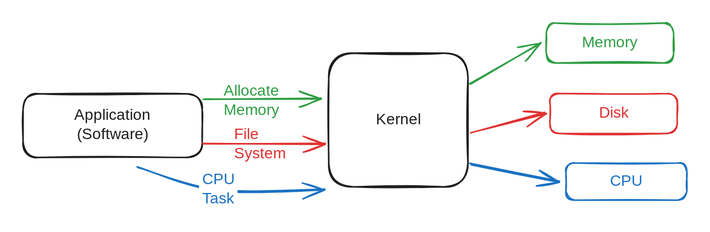
Junnyjun/junlog keeps this Excalidraw diagram as .gitbook/assets/file.excalidraw.svg. Above is the earlier version. Source tidied: one line per element, renumbered; positions are measured from the earlier drawing's top-left corner, leaving out a move shared by most shapes.
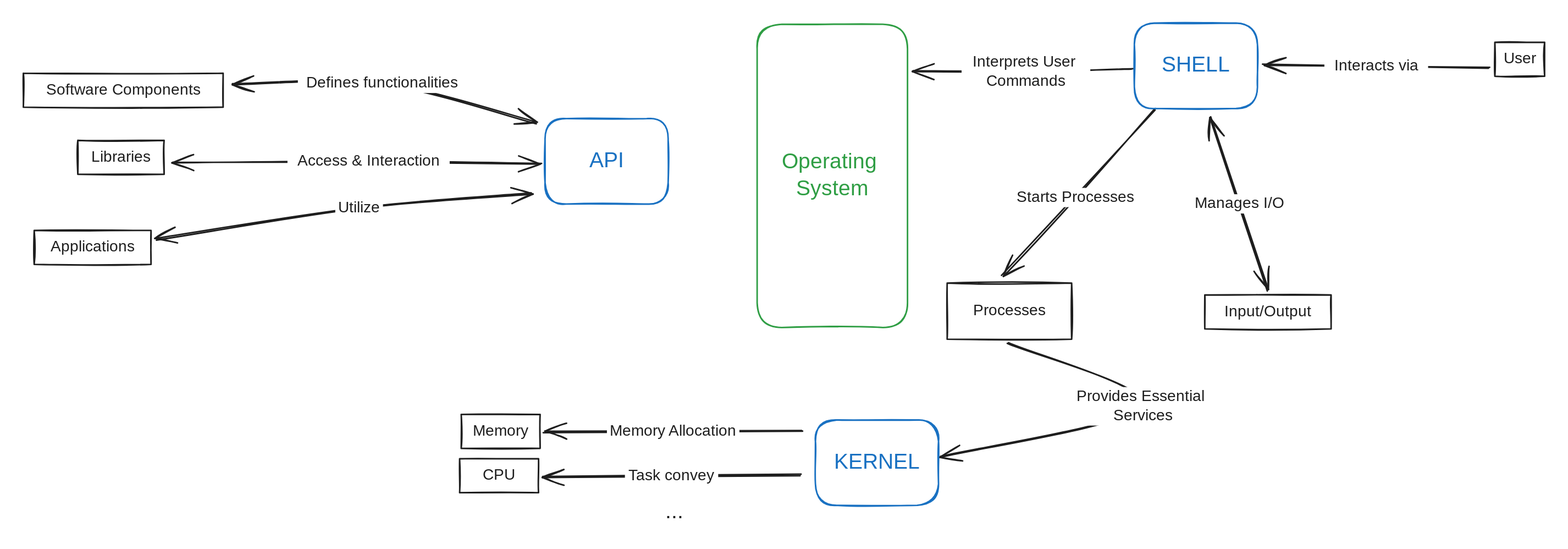
The same diagram one commit later.

The edit, as a diff of the source:
```diff
@@ -1,19 +1,45 @@
-{"id": 0, "type": "rectangle", "strokeColor": "#1e1e1e", "strokeWidth": 2, "roughness": 1, "round": true, "x": 0, "y": 92, "width": 233, "height": 83}
-{"id": 1, "type": "text", "text": "Application\n(Software)", "strokeColor": "#1e1e1e", "strokeWidth": 2, "roughness": 1, "fontSize": 20, "fontFamily": 1, "textAlign": "center", "verticalAlign": "middle", "inside": 0, "x": 64, "y": 108, "width": 104, "height": 50}
-{"id": 2, "type": "rectangle", "strokeColor": "#1e1e1e", "strokeWidth": 2, "roughness": 1, "round": true, "x": 397, "y": 39, "width": 181, "height": 174}
-{"id": 3, "type": "text", "text": "Kernel", "strokeColor": "#1e1e1e", "strokeWidth": 2, "roughness": 1, "fontSize": 20, "fontFamily": 1, "textAlign": "center", "verticalAlign": "middle", "inside": 2, "x": 459, "y": 113, "width": 57, "height": 25}
-{"id": 4, "type": "arrow", "strokeColor": "#2f9e44", "strokeWidth": 2, "roughness": 1, "endArrowhead": "arrow", "round": true, "from": 0, "to": 2, "x": 235, "y": 98, "width": 152, "height": 0, "points": [[0, 0], [152, 0]]}
-{"id": 5, "type": "text", "text": "Allocate\nMemory", "strokeColor": "#2f9e44", "strokeWidth": 2, "roughness": 1, "fontSize": 20, "fontFamily": 1, "x": 261, "y": 76, "width": 80, "height": 50}
-{"id": 6, "type": "arrow", "strokeColor": "#2f9e44", "strokeWidth": 2, "roughness": 1, "endArrowhead": "arrow", "round": true, "from": 2, "to": 7, "x": 582, "y": 78, "width": 91, "height": 52, "points": [[0, 0], [91, -52]]}
-{"id": 7, "type": "rectangle", "strokeColor": "#2f9e44", "strokeWidth": 2, "roughness": 1, "round": true, "x": 680, "y": 0, "width": 165, "height": 52}
+{"id": 19, "type": "rectangle", "strokeColor": "#1e1e1e", "strokeWidth": 2, "roughness": 1, "x": 1232, "y": 499, "width": 162, "height": 73}
+{"id": 20, "type": "rectangle", "strokeColor": "#1e1e1e", "strokeWidth": 2, "roughness": 1, "x": 600, "y": 669, "width": 103, "height": 44}
+{"id": 21, "type": "rectangle", "strokeColor": "#1e1e1e", "strokeWidth": 2, "roughness": 1, "x": 31, "y": 226, "width": 260, "height": 44}
+{"id": 22, "type": "rectangle", "strokeColor": "#1e1e1e", "strokeWidth": 2, "roughness": 1, "x": 102, "y": 313, "width": 112, "height": 44}
+{"id": 23, "type": "rectangle", "strokeColor": "#1e1e1e", "strokeWidth": 2, "roughness": 1, "x": 45, "y": 430, "width": 152, "height": 44}
+{"id": 24, "type": "rectangle", "strokeColor": "#1e1e1e", "strokeWidth": 2, "roughness": 1, "x": 1567, "y": 514, "width": 164, "height": 44}
+{"id": 25, "type": "rectangle", "strokeColor": "#1e1e1e", "strokeWidth": 2, "roughness": 1, "x": 1944, "y": 186, "width": 65, "height": 44}
+{"id": 26, "type": "arrow", "strokeColor": "#1e1e1e", "strokeWidth": 2, "roughness": 1, "endArrowhead": "arrow", "round": true, "from": 19, "to": 56, "x": 1311, "y": 577, "width": 264, "height": 147, "points": [[0, 0], [175, 82], [-89, 147]]}
+{"id": 27, "type": "arrow", "strokeColor": "#1e1e1e", "strokeWidth": 2, "roughness": 1, "endArrowhead": "arrow", "round": true, "from": 56, "to": 20, "x": 1044, "y": 690, "width": 336, "height": 2, "points": [[0, 0], [-336, 2]]}
+{"id": 28, "type": "arrow", "strokeColor": "#1e1e1e", "strokeWidth": 2, "roughness": 1, "startArrowhead": "arrow", "endArrowhead": "arrow", "round": true, "from": 50, "to": 21, "x": 699, "y": 290, "width": 397, "height": 51, "points": [[0, 0], [-201, -51], [-397, -51]]}
+{"id": 29, "type": "arrow", "strokeColor": "#1e1e1e", "strokeWidth": 2, "roughness": 1, "startArrowhead": "arrow", "endArrowhead": "arrow", "round": true, "from": 50, "to": 22, "x": 704, "y": 344, "width": 479, "height": 3, "points": [[0, 0], [-224, -3], [-479, -1]]}
+{"id": 30, "type": "arrow", "strokeColor": "#1e1e1e", "strokeWidth": 2, "roughness": 1, "endArrowhead": "arrow", "round": true, "from": 54, "to": 52, "x": 1472, "y": 219, "width": 284, "height": 5, "points": [[0, 0], [-138, 5], [-284, 4]]}
+{"id": 31, "type": "arrow", "strokeColor": "#1e1e1e", "strokeWidth": 2, "roughness": 1, "endArrowhead": "arrow", "round": true, "from": 54, "to": 19, "x": 1501, "y": 274, "width": 198, "height": 215, "points": [[0, 0], [-103, 114], [-198, 215]]}
+{"id": 32, "type": "arrow", "strokeColor": "#1e1e1e", "strokeWidth": 2, "roughness": 1, "startArrowhead": "arrow", "endArrowhead": "arrow", "round": true, "from": 24, "to": 54, "x": 1650, "y": 508, "width": 75, "height": 225, "points": [[0, 0], [-75, -225]]}
+{"id": 33, "type": "arrow", "strokeColor": "#1e1e1e", "strokeWidth": 2, "roughness": 1, "endArrowhead": "arrow", "round": true, "from": 25, "to": 54, "x": 1937, "y": 220, "width": 294, "height": 6, "points": [[0, 0], [-294, -6]]}
+{"id": 34, "type": "arrow", "strokeColor": "#1e1e1e", "strokeWidth": 2, "roughness": 1, "startArrowhead": "arrow", "endArrowhead": "arrow", "round": true, "from": 23, "to": 50, "x": 203, "y": 441, "width": 490, "height": 60, "points": [[0, 0], [265, -40], [490, -60]]}
+{"id": 35, "type": "text", "text": "Processes", "strokeColor": "#1e1e1e", "strokeWidth": 2, "roughness": 1, "fontSize": 20, "fontFamily": 1, "textAlign": "center", "verticalAlign": "middle", "inside": 19, "x": 1264, "y": 523, "width": 97, "height": 25}
-{"id": 8, "type": "text", "text": "Memory", "strokeColor": "#2f9e44", "strokeWidth": 2, "roughness": 1, "fontSize": 20, "fontFamily": 1, "textAlign": "center", "verticalAlign": "middle", "inside": 7, "x": 729, "y": 13, "width": 68, "height": 25}
+{"id": 8, "type": "text", "text": "Memory", "strokeColor": "#1e1e1e", "strokeWidth": 2, "roughness": 1, "fontSize": 20, "fontFamily": 1, "textAlign": "center", "verticalAlign": "middle", "inside": 20, "x": 618, "y": 679, "width": 68, "height": 25}
-{"id": 9, "type": "arrow", "strokeColor": "#e03131", "strokeWidth": 2, "roughness": 1, "endArrowhead": "arrow", "round": true, "from": 0, "to": 2, "x": 234, "y": 156, "width": 158, "height": 0, "points": [[0, 0], [158, 0]]}
-{"id": 10, "type": "text", "text": "File\nSystem", "strokeColor": "#e03131", "strokeWidth": 2, "roughness": 1, "fontSize": 20, "fontFamily": 1, "x": 275, "y": 133, "width": 67, "height": 50}
-{"id": 11, "type": "arrow", "strokeColor": "#e03131", "strokeWidth": 2, "roughness": 1, "endArrowhead": "arrow", "round": true, "from": 2, "to": 12, "x": 583, "y": 142, "width": 96, "height": 26, "points": [[0, 0], [96, -26]]}
-{"id": 12, "type": "rectangle", "strokeColor": "#e03131", "strokeWidth": 2, "roughness": 1, "round": true, "x": 685, "y": 92, "width": 165, "height": 52}
-{"id": 13, "type": "text", "text": "Disk", "strokeColor": "#e03131", "strokeWidth": 2, "roughness": 1, "fontSize": 20, "fontFamily": 1, "textAlign": "center", "verticalAlign": "middle", "inside": 12, "x": 747, "y": 105, "width": 41, "height": 25}
-{"id": 14, "type": "arrow", "strokeColor": "#1971c2", "strokeWidth": 2, "roughness": 1, "endArrowhead": "arrow", "round": true, "from": 0, "to": 2, "x": 148, "y": 187, "width": 245, "height": 29, "points": [[0, 0], [105, 29], [245, 29]]}
-{"id": 15, "type": "text", "text": "CPU\nTask", "strokeColor": "#1971c2", "strokeWidth": 2, "roughness": 1, "fontSize": 20, "fontFamily": 1, "textAlign": "center", "verticalAlign": "middle", "inside": 14, "x": 236, "y": 190, "width": 50, "height": 50}
-{"id": 16, "type": "arrow", "strokeColor": "#1971c2", "strokeWidth": 2, "roughness": 1, "endArrowhead": "arrow", "round": true, "from": 2, "x": 581, "y": 183, "width": 115, "height": 23, "points": [[0, 0], [115, 23]]}
-{"id": 17, "type": "rectangle", "strokeColor": "#1971c2", "strokeWidth": 2, "roughness": 1, "round": true, "x": 705, "y": 182, "width": 157, "height": 48}
+{"id": 36, "type": "text", "text": "Software Components", "strokeColor": "#1e1e1e", "strokeWidth": 2, "roughness": 1, "fontSize": 20, "fontFamily": 1, "textAlign": "center", "verticalAlign": "middle", "inside": 21, "x": 57, "y": 236, "width": 209, "height": 25}
+{"id": 37, "type": "text", "text": "Libraries", "strokeColor": "#1e1e1e", "strokeWidth": 2, "roughness": 1, "fontSize": 20, "fontFamily": 1, "textAlign": "center", "verticalAlign": "middle", "inside": 22, "x": 117, "y": 323, "width": 83, "height": 25}
+{"id": 38, "type": "text", "text": "Applications", "strokeColor": "#1e1e1e", "strokeWidth": 2, "roughness": 1, "fontSize": 20, "fontFamily": 1, "textAlign": "center", "verticalAlign": "middle", "inside": 23, "x": 65, "y": 440, "width": 113, "height": 25}
+{"id": 39, "type": "text", "text": "Input/Output", "strokeColor": "#1e1e1e", "strokeWidth": 2, "roughness": 1, "fontSize": 20, "fontFamily": 1, "textAlign": "center", "verticalAlign": "middle", "inside": 24, "x": 1583, "y": 524, "width": 132, "height": 25}
+{"id": 40, "type": "text", "text": "User", "strokeColor": "#1e1e1e", "strokeWidth": 2, "roughness": 1, "fontSize": 20, "fontFamily": 1, "textAlign": "center", "verticalAlign": "middle", "inside": 25, "x": 1954, "y": 195, "width": 45, "height": 25}
+{"id": 41, "type": "text", "text": "Provides Essential \nServices", "strokeColor": "#1e1e1e", "strokeWidth": 2, "roughness": 1, "fontSize": 20, "fontFamily": 1, "textAlign": "center", "verticalAlign": "middle", "inside": 26, "x": 1886, "y": 292, "width": 191, "height": 50}
+{"id": 42, "type": "text", "text": "Memory Allocation", "strokeColor": "#1e1e1e", "strokeWidth": 2, "roughness": 1, "fontSize": 20, "fontFamily": 1, "textAlign": "center", "verticalAlign": "middle", "inside": 27, "x": 594, "y": 292, "width": 172, "height": 25}
+{"id": 43, "type": "text", "text": "Defines functionalities", "strokeColor": "#1e1e1e", "strokeWidth": 2, "roughness": 1, "fontSize": 20, "fontFamily": 1, "textAlign": "center", "verticalAlign": "middle", "inside": 28, "x": 794, "y": 168, "width": 219, "height": 25}
+{"id": 44, "type": "text", "text": "Access & Interaction", "strokeColor": "#1e1e1e", "strokeWidth": 2, "roughness": 1, "fontSize": 20, "fontFamily": 1, "textAlign": "center", "verticalAlign": "middle", "inside": 29, "x": 1058, "y": 168, "width": 211, "height": 25}
+{"id": 45, "type": "text", "text": "Interprets User \nCommands", "strokeColor": "#1e1e1e", "strokeWidth": 2, "roughness": 1, "fontSize": 20, "fontFamily": 1, "textAlign": "center", "verticalAlign": "middle", "inside": 30, "x": 1109, "y": 292, "width": 167, "height": 50}
+{"id": 46, "type": "text", "text": "Starts Processes", "strokeColor": "#1e1e1e", "strokeWidth": 2, "roughness": 1, "fontSize": 20, "fontFamily": 1, "textAlign": "center", "verticalAlign": "middle", "inside": 31, "x": 2191, "y": 292, "width": 175, "height": 25}
+{"id": 47, "type": "text", "text": "Manages I/O", "strokeColor": "#1e1e1e", "strokeWidth": 2, "roughness": 1, "fontSize": 20, "fontFamily": 1, "textAlign": "center", "verticalAlign": "middle", "inside": 32, "x": 1719, "y": 292, "width": 129, "height": 25}
+{"id": 48, "type": "text", "text": "Interacts via", "strokeColor": "#1e1e1e", "strokeWidth": 2, "roughness": 1, "fontSize": 20, "fontFamily": 1, "textAlign": "center", "verticalAlign": "middle", "inside": 33, "x": 1716, "y": 168, "width": 135, "height": 25}
+{"id": 49, "type": "text", "text": "Utilize", "strokeColor": "#1e1e1e", "strokeWidth": 2, "roughness": 1, "fontSize": 20, "fontFamily": 1, "textAlign": "center", "verticalAlign": "middle", "inside": 34, "x": 1609, "y": 168, "width": 62, "height": 25}
+{"id": 50, "type": "rectangle", "strokeColor": "#1971c2", "strokeWidth": 2, "roughness": 1, "round": true, "x": 709, "y": 285, "width": 160, "height": 111}
+{"id": 51, "type": "text", "text": "API", "strokeColor": "#1971c2", "strokeWidth": 2, "roughness": 1, "fontSize": 28, "fontFamily": 1, "textAlign": "center", "verticalAlign": "middle", "inside": 50, "x": 763, "y": 323, "width": 52, "height": 35}
+{"id": 52, "type": "rectangle", "strokeColor": "#2f9e44", "strokeWidth": 2, "roughness": 1, "round": true, "x": 985, "y": 162, "width": 195, "height": 394}
+{"id": 53, "type": "text", "text": "Operating \nSystem", "strokeColor": "#2f9e44", "strokeWidth": 2, "roughness": 1, "fontSize": 28, "fontFamily": 1, "textAlign": "center", "verticalAlign": "middle", "inside": 52, "x": 1011, "y": 324, "width": 143, "height": 70}
+{"id": 54, "type": "rectangle", "strokeColor": "#1971c2", "strokeWidth": 2, "roughness": 1, "round": true, "x": 1475, "y": 161, "width": 160, "height": 111}
+{"id": 55, "type": "text", "text": "SHELL", "strokeColor": "#1971c2", "strokeWidth": 2, "roughness": 1, "fontSize": 28, "fontFamily": 1, "textAlign": "center", "verticalAlign": "middle", "inside": 54, "x": 1513, "y": 199, "width": 85, "height": 35}
+{"id": 56, "type": "rectangle", "strokeColor": "#1971c2", "strokeWidth": 2, "roughness": 1, "round": true, "x": 1061, "y": 676, "width": 160, "height": 111}
+{"id": 57, "type": "text", "text": "KERNEL", "strokeColor": "#1971c2", "strokeWidth": 2, "roughness": 1, "fontSize": 28, "fontFamily": 1, "textAlign": "center", "verticalAlign": "middle", "inside": 56, "x": 1086, "y": 714, "width": 109, "height": 35}
+{"id": 58, "type": "rectangle", "strokeColor": "#1e1e1e", "strokeWidth": 2, "roughness": 1, "x": 598, "y": 727, "width": 103, "height": 44}
+{"id": 59, "type": "arrow", "strokeColor": "#1e1e1e", "strokeWidth": 2, "roughness": 1, "endArrowhead": "arrow", "round": true, "from": 56, "to": 58, "x": 1042, "y": 748, "width": 336, "height": 2, "points": [[0, 0], [-336, 2]]}
-{"id": 18, "type": "text", "text": "CPU", "strokeColor": "#1971c2", "strokeWidth": 2, "roughness": 1, "fontSize": 20, "fontFamily": 1, "textAlign": "center", "verticalAlign": "middle", "inside": 17, "x": 764, "y": 193, "width": 40, "height": 25}
+{"id": 18, "type": "text", "text": "CPU", "strokeColor": "#1e1e1e", "strokeWidth": 2, "roughness": 1, "fontSize": 20, "fontFamily": 1, "textAlign": "center", "verticalAlign": "middle", "inside": 58, "x": 629, "y": 736, "width": 40, "height": 25}
+{"id": 60, "type": "text", "text": "Task convey", "strokeColor": "#1e1e1e", "strokeWidth": 2, "roughness": 1, "fontSize": 20, "fontFamily": 1, "textAlign": "center", "verticalAlign": "middle", "inside": 59, "x": 813, "y": 737, "width": 121, "height": 25}
+{"id": 61, "type": "text", "text": "...", "strokeColor": "#1e1e1e", "strokeWidth": 2, "roughness": 1, "fontSize": 28, "fontFamily": 1, "x": 865, "y": 779, "width": 23, "height": 35}
```
